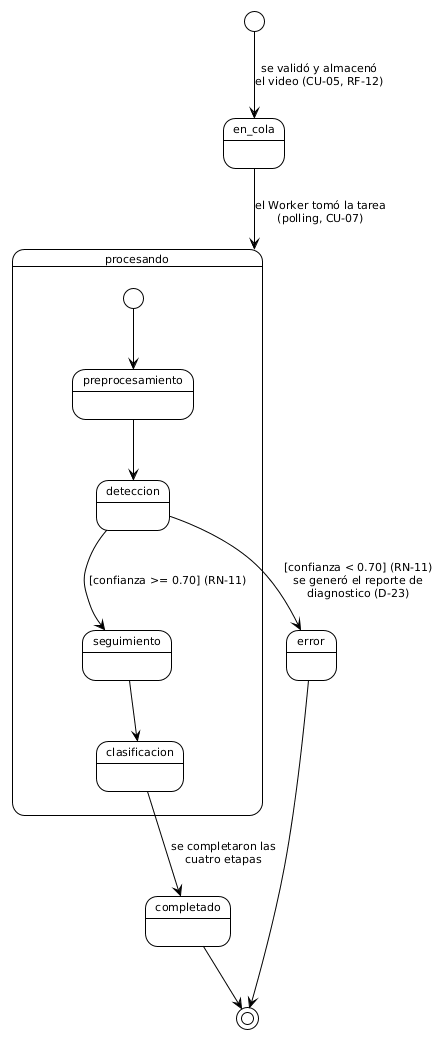
Before: figures/mermaid/estados_analisis.png, a diagram exported from PlantUML (ErickJester/fst-ai-system-latex). Its diagram source:
```plantuml
@startuml
!theme plain
skinparam defaultFontName Arial
skinparam defaultFontSize 11
skinparam shadowing false

[*] --> en_cola : se validó y almacenó\nel video (CU-05, RF-12)

state procesando {
  [*] --> preprocesamiento
  preprocesamiento --> deteccion
  deteccion --> seguimiento : [confianza >= 0.70] (RN-11)
  seguimiento --> clasificacion
}

en_cola --> procesando : el Worker tomó la tarea\n(polling, CU-07)
deteccion --> error : [confianza < 0.70] (RN-11)\nse generó el reporte de\ndiagnostico (D-23)
clasificacion --> completado : se completaron las\ncuatro etapas

completado --> [*]
error --> [*]
@enduml
```
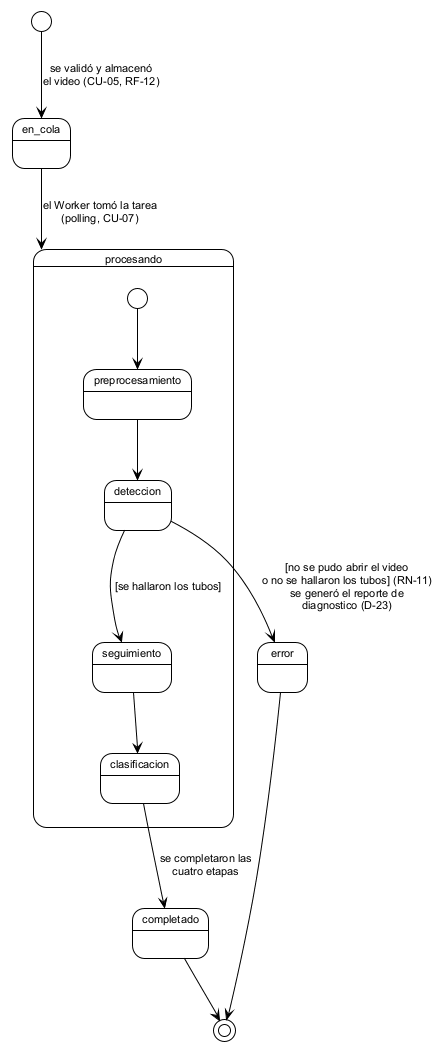
After the commit.

The edit, as a diff of the source:
```diff
@@ -1,4 +1,4 @@
-@startuml
+@startuml estados_analisis
 !theme plain
 skinparam defaultFontName Arial
 skinparam defaultFontSize 11
@@ -9,14 +9,15 @@
 state procesando {
   [*] --> preprocesamiento
   preprocesamiento --> deteccion
-  deteccion --> seguimiento : [confianza >= 0.70] (RN-11)
+  deteccion --> seguimiento : [se hallaron los tubos]
   seguimiento --> clasificacion
 }
 
 en_cola --> procesando : el Worker tomó la tarea\n(polling, CU-07)
-deteccion --> error : [confianza < 0.70] (RN-11)\nse generó el reporte de\ndiagnostico (D-23)
+deteccion --> error : [no se pudo abrir el video\no no se hallaron los tubos] (RN-11)\nse generó el reporte de\ndiagnostico (D-23)
 clasificacion --> completado : se completaron las\ncuatro etapas
 
 completado --> [*]
 error --> [*]
+
 @enduml
```
